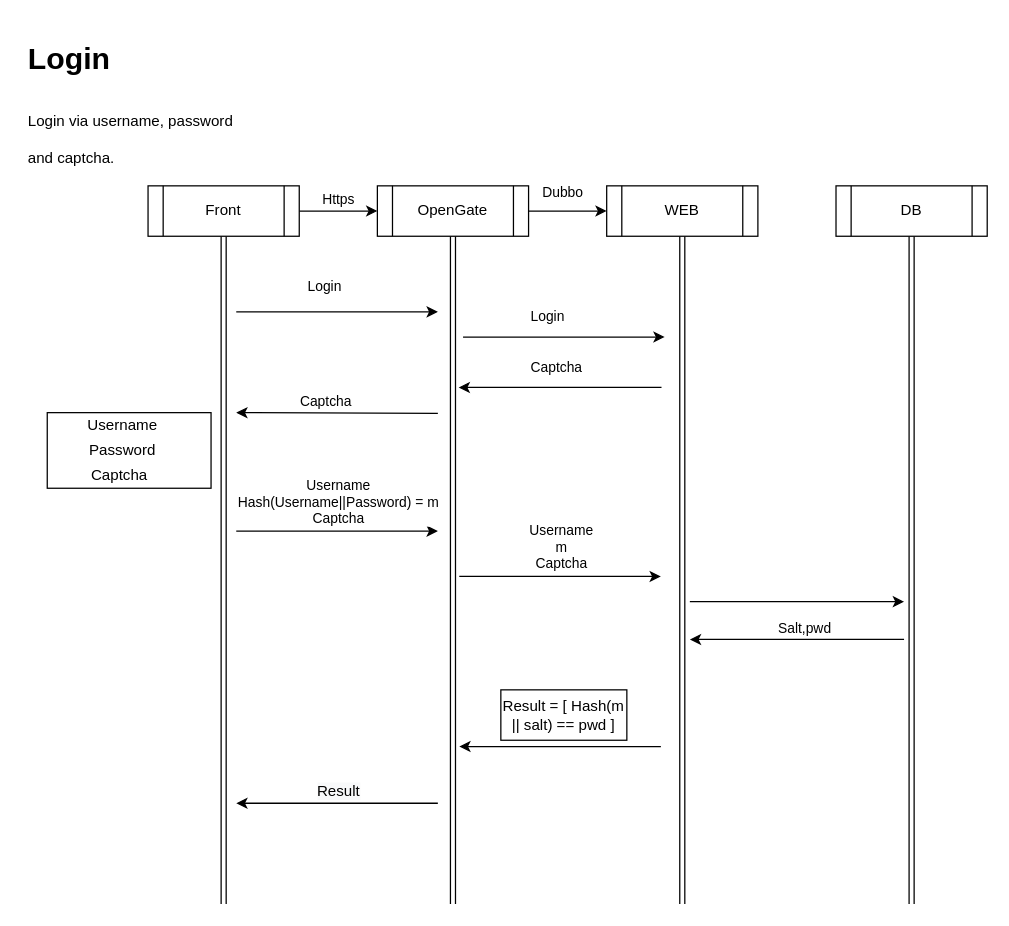
Above: flowcharts.drawio in Utachen/amaranthe.github.io (draw.io), before the change. Source tidied: cells renumbered, new cells numbered last; positions are measured from the earlier drawing's top-left corner, leaving out a move shared by most shapes. Both pictures are drawn from the tidied source at 126%, with x=0, y=0 at pixel (21, 34).
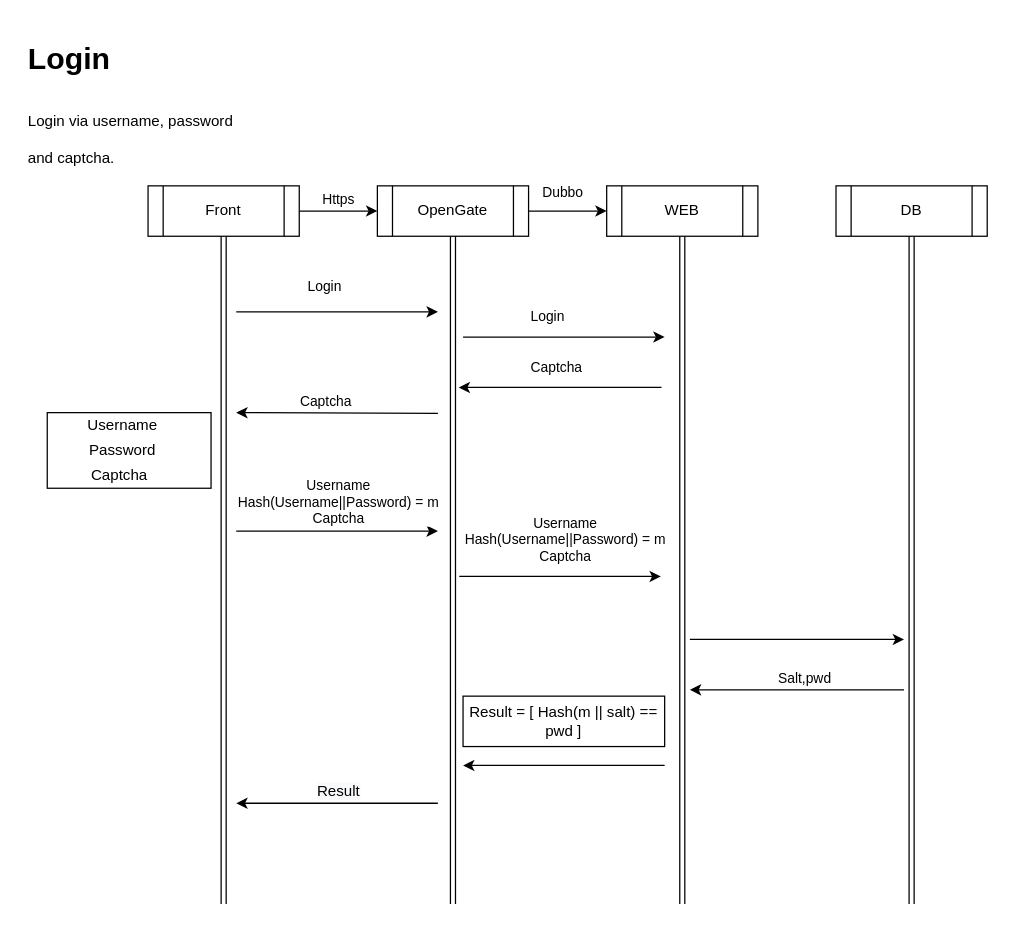
The same page after the edit.

Unchanged cells that the change refers to:
```xml
<mxCell id="31" style="endArrow=classic;html=1;" parent="1" edge="1">
  <mxGeometry relative="1" as="geometry">
    <mxPoint x="347" y="430" as="sourcePoint" />
    <mxPoint x="507" y="430" as="targetPoint" />
  </mxGeometry>
</mxCell>
```

What changed in the source:
```diff
@@
-    <mxCell id="32" value="Username&lt;br&gt;m&lt;br&gt;Captcha" style="edgeLabel;html=1;align=center;verticalAlign=middle;" parent="31" vertex="1">
-      <mxGeometry x="-0.31" y="9" relative="1" as="geometry">
-        <mxPoint x="25" y="-15" as="offset" />
-      </mxGeometry>
-    </mxCell>
     <mxCell id="33" style="endArrow=classic;html=1;" parent="1" edge="1">
       <mxGeometry relative="1" as="geometry">
-        <mxPoint x="700" y="480" as="sourcePoint" />
-        <mxPoint x="530" y="480" as="targetPoint" />
+        <mxPoint x="700" y="520" as="sourcePoint" />
+        <mxPoint x="530" y="520" as="targetPoint" />
       </mxGeometry>
     </mxCell>
@@
     <mxCell id="35" style="endArrow=classic;html=1;" parent="1" edge="1">
       <mxGeometry relative="1" as="geometry">
-        <mxPoint x="530" y="450" as="sourcePoint" />
-        <mxPoint x="700" y="450" as="targetPoint" />
+        <mxPoint x="530" y="480" as="sourcePoint" />
+        <mxPoint x="700" y="480" as="targetPoint" />
       </mxGeometry>
     </mxCell>
     <mxCell id="36" value="Result = [ Hash(m || salt) == pwd ]" style="rounded=0;whiteSpace=wrap;html=1;" parent="1" vertex="1">
-      <mxGeometry x="380" y="520" width="100" height="40" as="geometry" />
+      <mxGeometry x="350" y="525" width="160" height="40" as="geometry" />
     </mxCell>
     <mxCell id="37" style="endArrow=classic;html=1;" parent="1" edge="1">
       <mxGeometry relative="1" as="geometry">
-        <mxPoint x="507" y="565" as="sourcePoint" />
-        <mxPoint x="347" y="565" as="targetPoint" />
+        <mxPoint x="510" y="580" as="sourcePoint" />
+        <mxPoint x="350" y="580" as="targetPoint" />
       </mxGeometry>
     </mxCell>
@@
+    <mxCell id="40" value="Username&lt;br&gt;Hash(Username||Password) = m&lt;br&gt;Captcha" style="edgeLabel;html=1;align=center;verticalAlign=middle;" parent="1" vertex="1">
+      <mxGeometry x="430" y="400" as="geometry" />
+    </mxCell>
```
